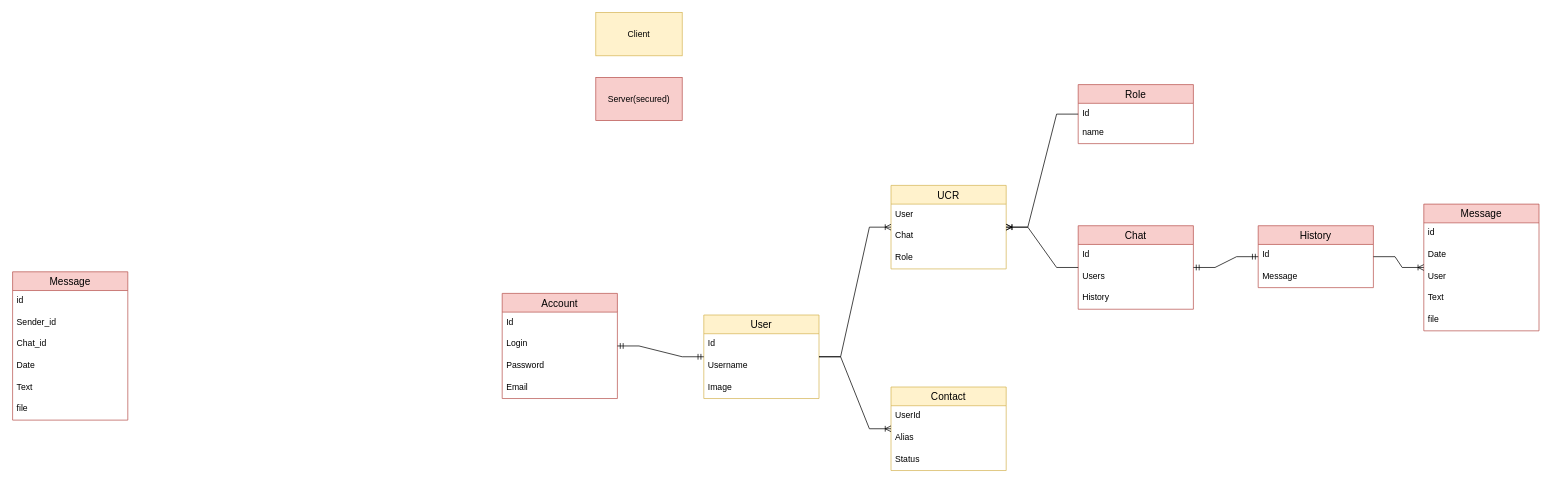
Earlier version of the draw.io diagram page "DB" (1 of 6) of Resources/DB.drawio (Plasmat1x/CourseProjectCS2). Source tidied: cells renumbered, new cells numbered last; positions are measured from the earlier drawing's top-left corner, leaving out a move shared by most shapes. Both pictures are drawn from the tidied source at 72%, with x=0, y=0 at pixel (12, 12).
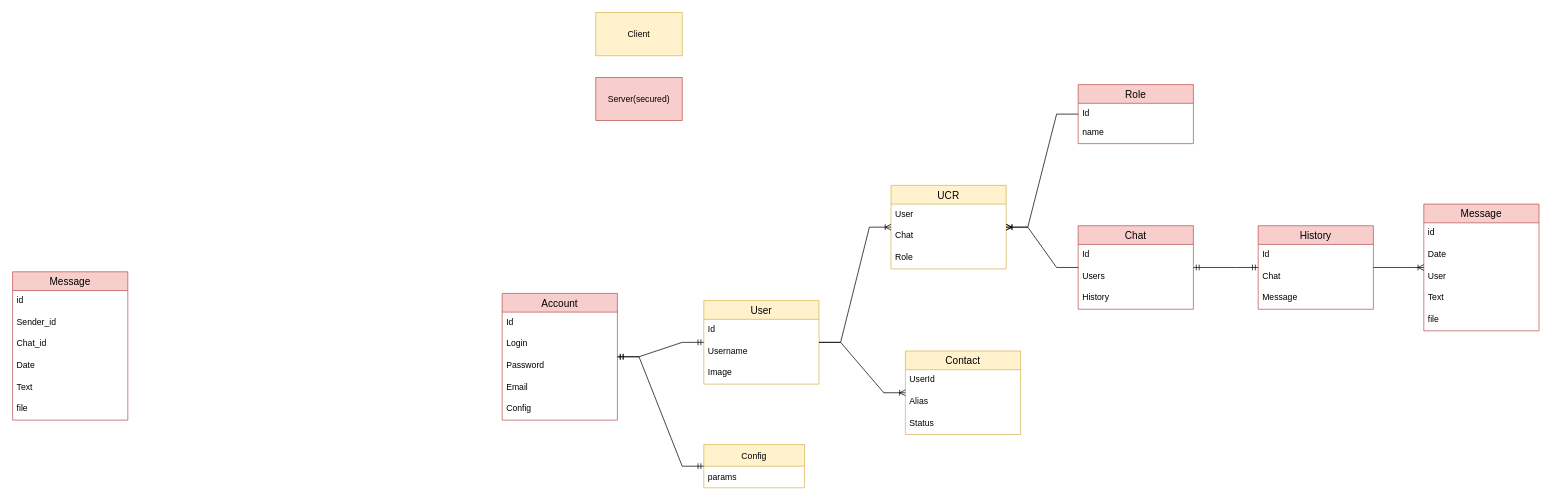
The same page after the edit.

The edit, as a diff of the source:
```diff
@@
     <mxCell id="2" value="User" style="swimlane;fontStyle=0;horizontal=1;startSize=26;align=center;fontSize=14;fillColor=#fff2cc;strokeColor=#d6b656;" parent="1" vertex="1">
-      <mxGeometry x="960" y="420" width="160" height="116" as="geometry" />
+      <mxGeometry x="960" y="400" width="160" height="116" as="geometry" />
     </mxCell>
@@
     <mxCell id="17" value="History" style="swimlane;fontStyle=0;horizontal=1;startSize=26;align=center;fontSize=14;fillColor=#f8cecc;strokeColor=#b85450;" parent="1" vertex="1">
-      <mxGeometry x="1730" y="296" width="160" height="86" as="geometry" />
+      <mxGeometry x="1730" y="296" width="160" height="116" as="geometry" />
     </mxCell>
@@
+    <mxCell id="51" value="Chat" style="text;strokeColor=none;fillColor=none;spacingLeft=4;spacingRight=4;overflow=hidden;fontSize=12;" parent="17" vertex="1">
+      <mxGeometry y="56" width="160" height="30" as="geometry" />
+    </mxCell>
     <mxCell id="19" value="Message" style="text;strokeColor=none;fillColor=none;spacingLeft=4;spacingRight=4;overflow=hidden;fontSize=12;" parent="17" vertex="1">
-      <mxGeometry y="56" width="160" height="30" as="geometry" />
+      <mxGeometry y="86" width="160" height="30" as="geometry" />
     </mxCell>
@@
     <mxCell id="31" value="Account" style="swimlane;fontStyle=0;horizontal=1;startSize=26;align=center;fontSize=14;fillColor=#f8cecc;strokeColor=#b85450;" parent="1" vertex="1">
-      <mxGeometry x="680" y="390" width="160" height="146" as="geometry" />
+      <mxGeometry x="680" y="390" width="160" height="176" as="geometry" />
     </mxCell>
@@
+    <mxCell id="52" value="Config" style="text;strokeColor=none;fillColor=none;spacingLeft=4;spacingRight=4;overflow=hidden;fontSize=12;" parent="31" vertex="1">
+      <mxGeometry y="146" width="160" height="30" as="geometry" />
+    </mxCell>
@@
     <mxCell id="37" value="Contact" style="swimlane;fontStyle=0;horizontal=1;startSize=26;align=center;fontSize=14;fillColor=#fff2cc;strokeColor=#d6b656;" parent="1" vertex="1">
-      <mxGeometry x="1220" y="520" width="160" height="116" as="geometry" />
+      <mxGeometry x="1240" y="470" width="160" height="116" as="geometry" />
     </mxCell>
@@
+    <mxCell id="53" value="Config" style="swimlane;fontStyle=0;horizontal=1;startSize=30;fontSize=12;fillColor=#fff2cc;strokeColor=#d6b656;" parent="1" vertex="1">
+      <mxGeometry x="960" y="600" width="140" height="60" as="geometry" />
+    </mxCell>
+    <mxCell id="54" value="params" style="text;strokeColor=none;fillColor=none;align=left;verticalAlign=middle;spacingLeft=4;spacingRight=4;overflow=hidden;fontSize=12;" parent="53" vertex="1">
+      <mxGeometry y="30" width="140" height="30" as="geometry" />
+    </mxCell>
+    <mxCell id="55" style="edgeStyle=entityRelationEdgeStyle;fontSize=12;html=1;endArrow=ERmandOne;startArrow=ERmandOne;rounded=0;" parent="1" edge="1" source="31" target="53">
+      <mxGeometry relative="1" as="geometry" />
+    </mxCell>
```
